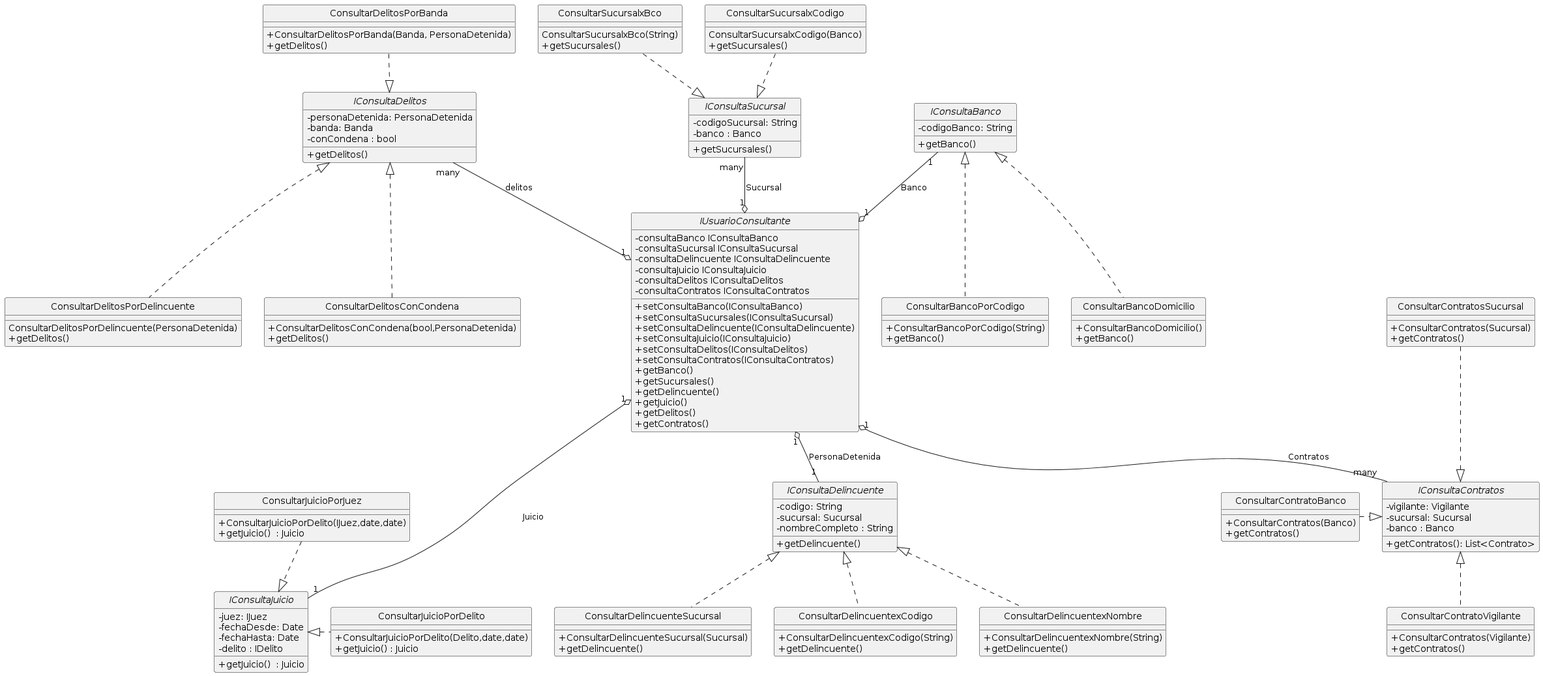
Before: Documentacion/DiagramaClasesVConsultasUsuario.png, a diagram exported from PlantUML (IMettaINSPT/1ParcialP2).
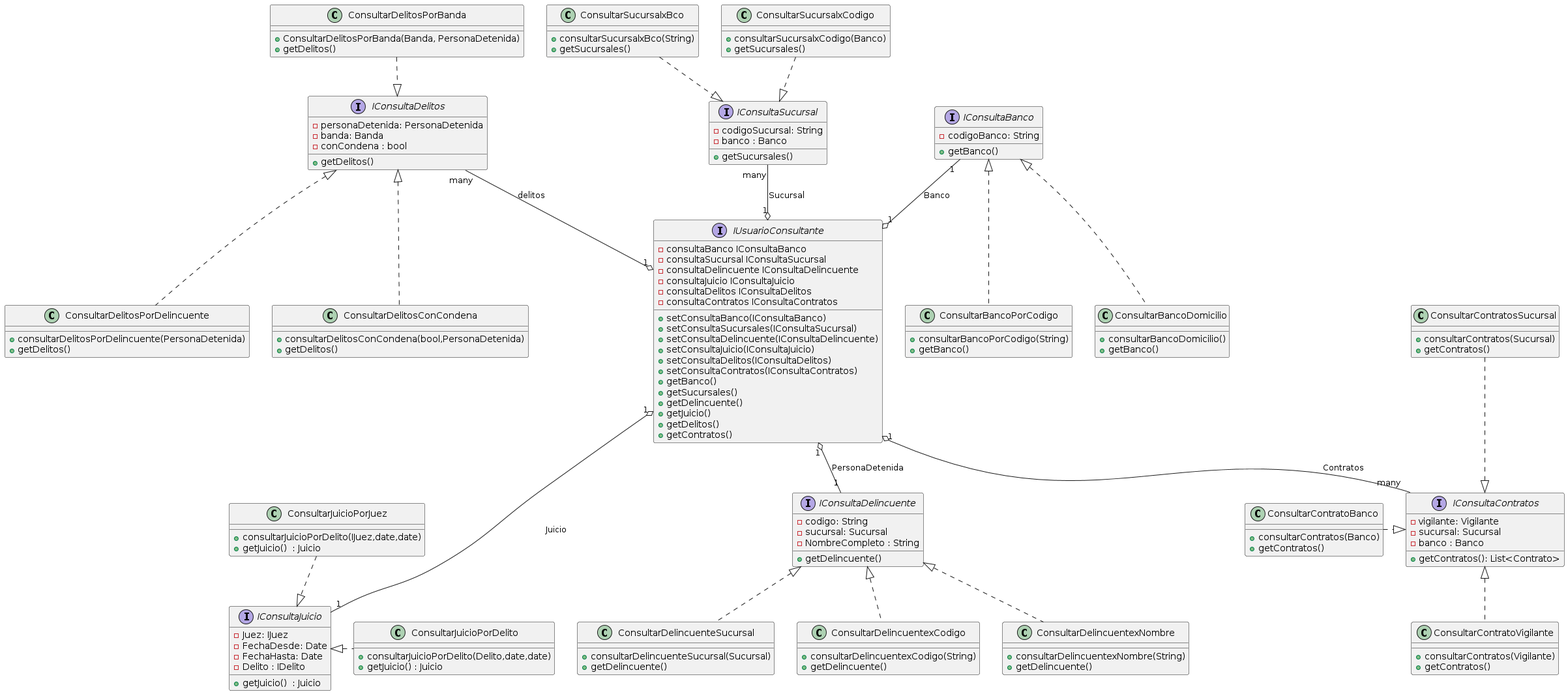
Later version of the same file.

Change to the diagram source:
```diff
@@ -1,8 +1,4 @@
 @startuml
-hide circle
-skinparam classAttributeIconSize 0
-
-
 together {
   interface IConsultaBanco{
   -codigoBanco: String
@@ -11,13 +7,13 @@
 
   class ConsultarBancoPorCodigo
   {
-  +ConsultarBancoPorCodigo(String)
+     +consultarBancoPorCodigo(String)
      +getBanco()
   }
 
   class ConsultarBancoDomicilio
   {
-  + ConsultarBancoDomicilio()
+    + consultarBancoDomicilio()
     +getBanco()
   }
 }
@@ -38,13 +34,13 @@
 
 class ConsultarSucursalxBco
 {
-  ConsultarSucursalxBco(String)
+  +consultarSucursalxBco(String)
   +getSucursales()
 }
 
 class ConsultarSucursalxCodigo
 {
-   ConsultarSucursalxCodigo(Banco)
+   +consultarSucursalxCodigo(Banco)
    +getSucursales()
 }
 }
@@ -58,25 +54,25 @@
 interface IConsultaDelincuente{
 -codigo: String
 -sucursal: Sucursal
--nombreCompleto : String
+-NombreCompleto : String
 +getDelincuente()
 }
 
 class ConsultarDelincuenteSucursal
 {
-   +ConsultarDelincuenteSucursal(Sucursal)
+   +consultarDelincuenteSucursal(Sucursal)
    +getDelincuente()
 }
 
 class ConsultarDelincuentexCodigo
 {
-   +ConsultarDelincuentexCodigo(String)
+   +consultarDelincuentexCodigo(String)
    +getDelincuente()
 }
 
 class ConsultarDelincuentexNombre
 {
-  +ConsultarDelincuentexNombre(String)
+  +consultarDelincuentexNombre(String)
   +getDelincuente()
 }
 }
@@ -90,22 +86,22 @@
 
 together{
 interface IConsultaJuicio{
--juez: IJuez
--fechaDesde: Date
--fechaHasta: Date
--delito : IDelito
+-Juez: IJuez
+-FechaDesde: Date
+-FechaHasta: Date
+-Delito : IDelito
 +getJuicio()  : Juicio
 }
 
 class ConsultarJuicioPorDelito
 {
-   +ConsultarJuicioPorDelito(Delito,date,date)
+   + consultarJuicioPorDelito(Delito,date,date)
    +getJuicio() : Juicio
 }
 
 class ConsultarJuicioPorJuez
 {
-   +ConsultarJuicioPorDelito(IJuez,date,date)
+   + consultarJuicioPorDelito(IJuez,date,date)
    +getJuicio()  : Juicio
 }
 }
@@ -150,7 +146,7 @@
 
 class ConsultarDelitosPorDelincuente
 {
-   ConsultarDelitosPorDelincuente(PersonaDetenida)
+   +consultarDelitosPorDelincuente(PersonaDetenida)
    +getDelitos()
 }
 
@@ -162,7 +158,7 @@
 
 class ConsultarDelitosConCondena
 {
-     + ConsultarDelitosConCondena(bool,PersonaDetenida)
+     + consultarDelitosConCondena(bool,PersonaDetenida)
      +getDelitos()
 }
 }
@@ -185,19 +181,19 @@
 
 class ConsultarContratoVigilante
 {
-     + ConsultarContratos(Vigilante)
+     + consultarContratos(Vigilante)
      +getContratos()
 }
 
 class ConsultarContratosSucursal
 {
-     + ConsultarContratos(Sucursal)
+     + consultarContratos(Sucursal)
      +getContratos()
 }
 
 class ConsultarContratoBanco
 {
-     + ConsultarContratos(Banco)
+     + consultarContratos(Banco)
      +getContratos()
 }
 }
```
